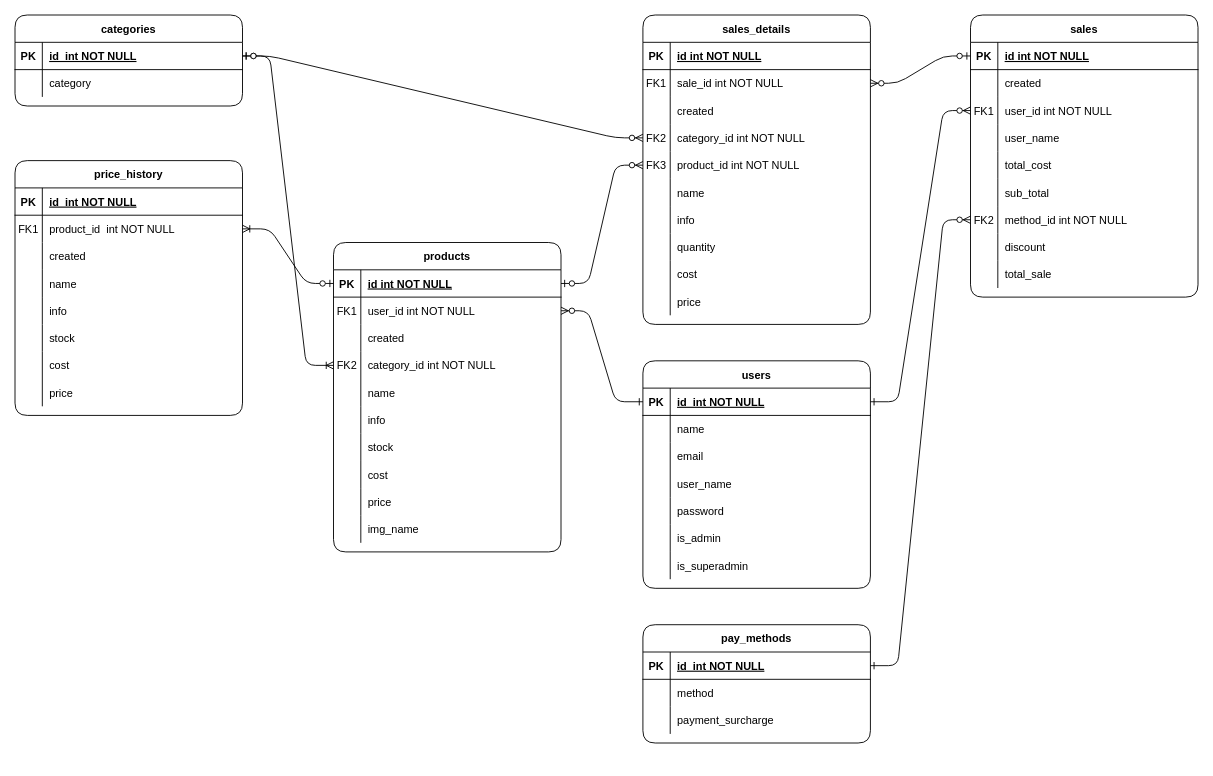
Earlier version of the draw.io diagram Entidades-relaciones.drawio (m415x/POS). Source tidied: cells renumbered, new cells numbered last; positions are measured from the earlier drawing's top-left corner, leaving out a move shared by most shapes. Both pictures are drawn from the tidied source at 91%, with x=0, y=0 at pixel (15, 15).
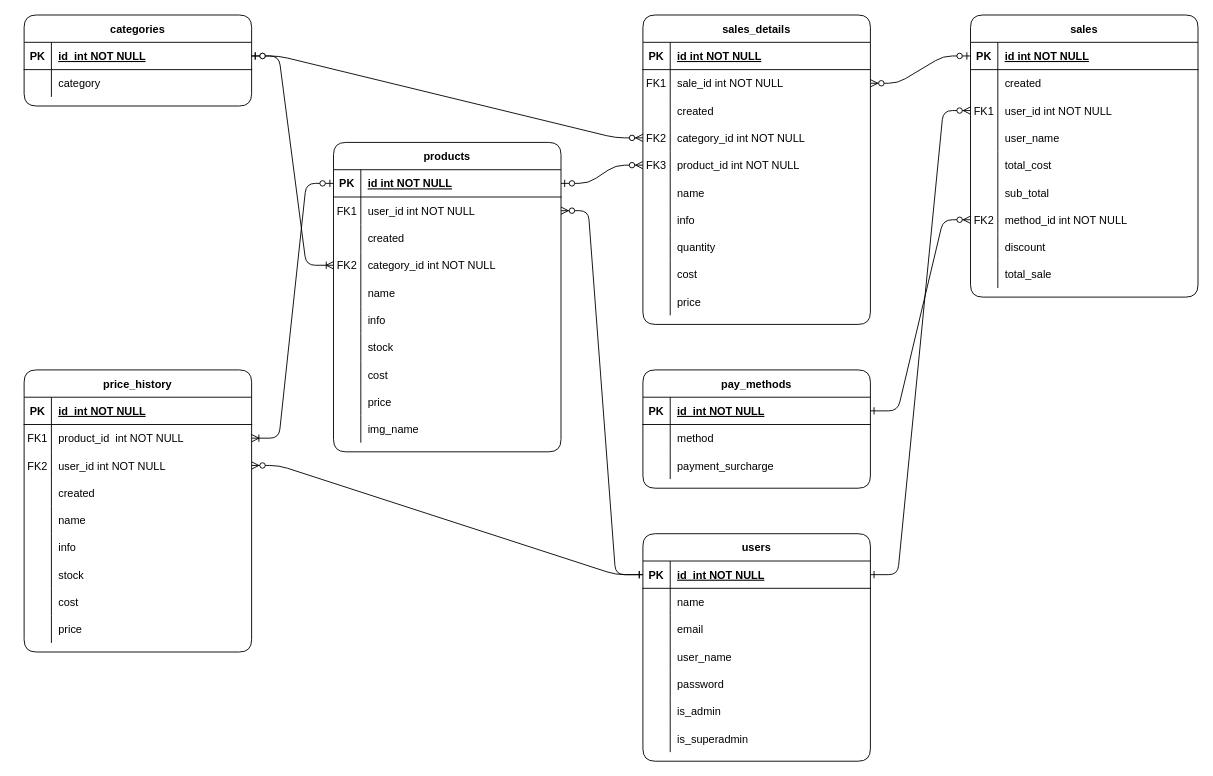
The same page after the edit.

The change refers to these unchanged cells:
```xml
<mxCell id="65" style="shape=partialRectangle;fillColor=none;points=[[0,0.5],[1,0.5]];portConstraint=eastwest;top=0;left=0;right=0;bottom=1;" parent="64" vertex="1">
  <mxGeometry y="30" width="250" height="30" as="geometry" />
</mxCell>
```

What changed in the source:
```diff
@@
     <mxCell id="5" value="products" style="shape=table;startSize=30;childLayout=tableLayout;rowLines=0;fontStyle=1;align=center;rounded=1;" parent="1" vertex="1">
-      <mxGeometry x="350" y="250" width="250" height="340" as="geometry" />
+      <mxGeometry x="350" y="140" width="250" height="340" as="geometry" />
     </mxCell>
@@
     <mxCell id="64" value="users" style="shape=table;startSize=30;childLayout=tableLayout;rowLines=0;fontStyle=1;align=center;rounded=1;" parent="1" vertex="1">
-      <mxGeometry x="690" y="380" width="250" height="250" as="geometry" />
+      <mxGeometry x="690" y="570" width="250" height="250" as="geometry" />
     </mxCell>
@@
     <mxCell id="119" value="price_history" style="shape=table;startSize=30;childLayout=tableLayout;rowLines=0;fontStyle=1;align=center;rounded=1;" parent="1" vertex="1">
-      <mxGeometry y="160" width="250" height="280" as="geometry" />
+      <mxGeometry x="10" y="390" width="250" height="310" as="geometry" />
     </mxCell>
@@
+    <mxCell id="164" style="shape=partialRectangle;fillColor=none;points=[[0,0.5],[1,0.5]];portConstraint=eastwest;top=0;left=0;right=0;bottom=0;" parent="119" vertex="1">
+      <mxGeometry y="90" width="250" height="30" as="geometry" />
+    </mxCell>
+    <mxCell id="165" value="FK2" style="shape=partialRectangle;overflow=hidden;fillColor=none;top=0;left=0;bottom=0;right=0;" parent="164" vertex="1">
+      <mxGeometry width="30" height="30" as="geometry" />
+    </mxCell>
+    <mxCell id="166" value="user_id int NOT NULL" style="shape=partialRectangle;overflow=hidden;fillColor=none;top=0;left=0;bottom=0;right=0;align=left;spacingLeft=6;" parent="164" vertex="1">
+      <mxGeometry x="30" width="220" height="30" as="geometry" />
+    </mxCell>
     <mxCell id="126" style="shape=partialRectangle;fillColor=none;top=0;left=0;right=0;bottom=0;" parent="119" vertex="1">
-      <mxGeometry y="90" width="250" height="30" as="geometry" />
+      <mxGeometry y="120" width="250" height="30" as="geometry" />
     </mxCell>
@@
     <mxCell id="129" style="shape=partialRectangle;fillColor=none;top=0;left=0;right=0;bottom=0;" parent="119" vertex="1">
-      <mxGeometry y="120" width="250" height="30" as="geometry" />
+      <mxGeometry y="150" width="250" height="30" as="geometry" />
     </mxCell>
@@
     <mxCell id="132" style="shape=partialRectangle;fillColor=none;top=0;left=0;right=0;bottom=0;" parent="119" vertex="1">
-      <mxGeometry y="150" width="250" height="30" as="geometry" />
+      <mxGeometry y="180" width="250" height="30" as="geometry" />
     </mxCell>
@@
     <mxCell id="135" style="shape=partialRectangle;fillColor=none;top=0;left=0;right=0;bottom=0;" parent="119" vertex="1">
-      <mxGeometry y="180" width="250" height="30" as="geometry" />
+      <mxGeometry y="210" width="250" height="30" as="geometry" />
     </mxCell>
@@
     <mxCell id="138" style="shape=partialRectangle;fillColor=none;top=0;left=0;right=0;bottom=0;" parent="119" vertex="1">
-      <mxGeometry y="210" width="250" height="30" as="geometry" />
+      <mxGeometry y="240" width="250" height="30" as="geometry" />
     </mxCell>
@@
     <mxCell id="141" style="shape=partialRectangle;fillColor=none;top=0;left=0;right=0;bottom=0;" parent="119" vertex="1">
-      <mxGeometry y="240" width="250" height="30" as="geometry" />
+      <mxGeometry y="270" width="250" height="30" as="geometry" />
     </mxCell>
@@
     <mxCell id="144" value="pay_methods" style="shape=table;startSize=30;childLayout=tableLayout;rowLines=0;fontStyle=1;align=center;rounded=1;" parent="1" vertex="1">
-      <mxGeometry x="690" y="670" width="250" height="130" as="geometry" />
+      <mxGeometry x="690" y="390" width="250" height="130" as="geometry" />
     </mxCell>
@@
     <mxCell id="155" value="categories" style="shape=table;startSize=30;childLayout=tableLayout;rowLines=0;fontStyle=1;align=center;rounded=1;" parent="1" vertex="1">
-      <mxGeometry width="250" height="100" as="geometry" />
+      <mxGeometry x="10" width="250" height="100" as="geometry" />
     </mxCell>
@@
+    <mxCell id="167" style="edgeStyle=entityRelationEdgeStyle;endArrow=ERzeroToMany;startArrow=ERone;endFill=1;startFill=0;entryX=1;entryY=0.5;entryDx=0;entryDy=0;exitX=0;exitY=0.5;exitDx=0;exitDy=0;" parent="1" edge="1" source="65" target="164">
+      <mxGeometry relative="1" as="geometry" />
+    </mxCell>
```
